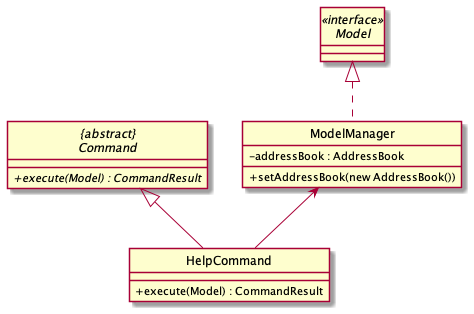
This is docs/images/HelpClassDiagram.png from nus-cs2103-AY2122S2/tp, a PlantUML export, as it was before one commit.
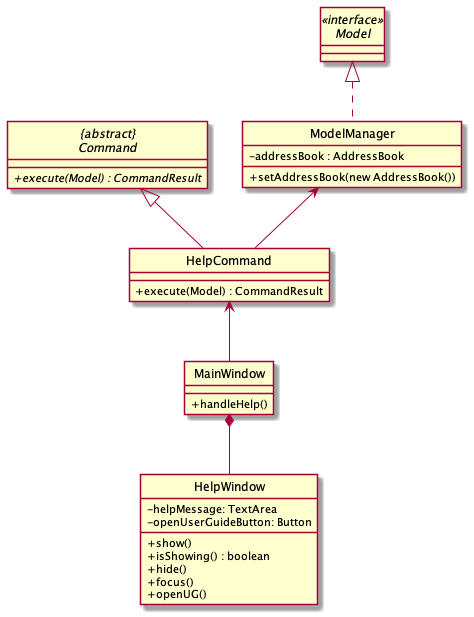
The same file after the commit.

Commit message:
update help class diagram to show MainWindow and HelpWindow dependency

What changed in the source:
```diff
@@ -20,7 +20,25 @@
      + execute(Model) : CommandResult
  }
 
- ModelManager <-- HelpCommand
- "{abstract}\nCommand" <|-- HelpCommand
+ class MainWindow {
+
+    + handleHelp()
+ }
+
+ class HelpWindow {
+    - helpMessage: TextArea
+    - openUserGuideButton: Button
+
+     + show()
+     + isShowing() : boolean
+     + hide()
+     + focus()
+     + openUG()
+ }
+
+MainWindow *-- HelpWindow
+HelpCommand <-- MainWindow
+ModelManager <-- HelpCommand
+"{abstract}\nCommand" <|-- HelpCommand
 
  @enduml
```
